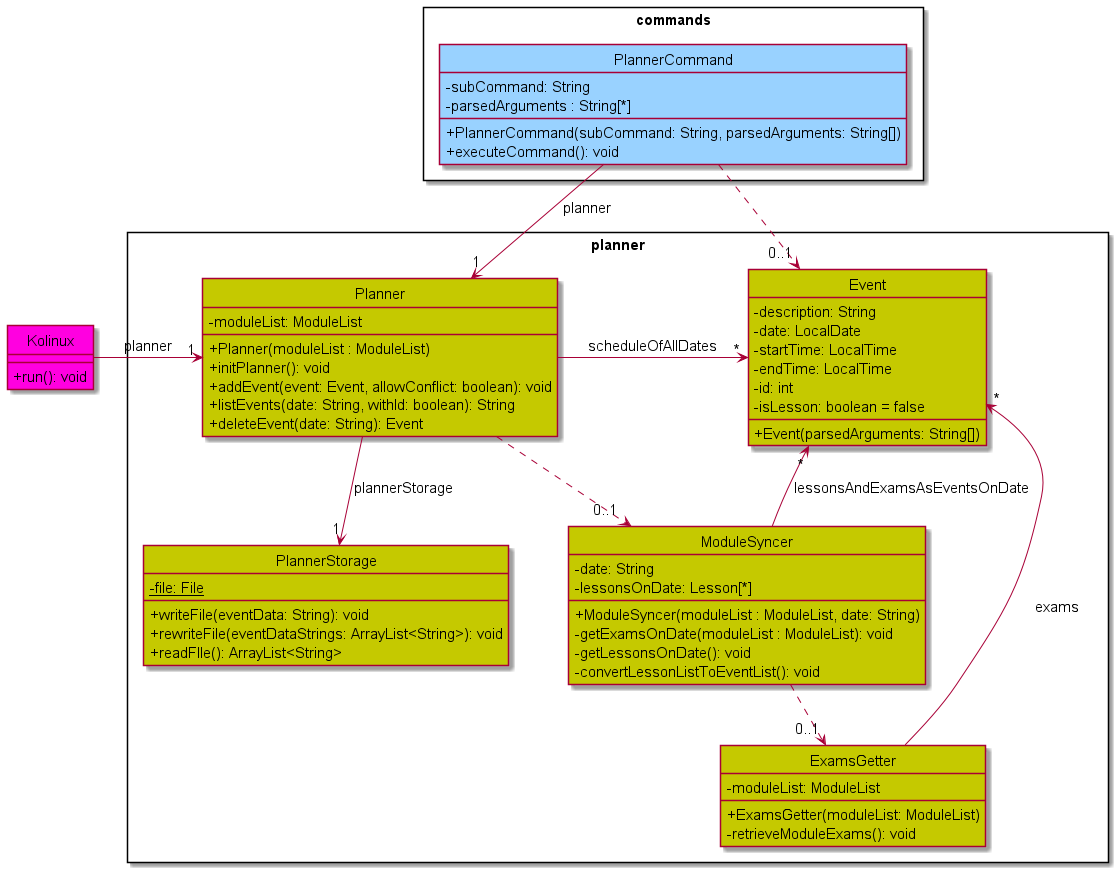
Above: docs/assets/images/PlannerClassDiagram.png in shyamgj1900/tp (PlantUML), before the change.
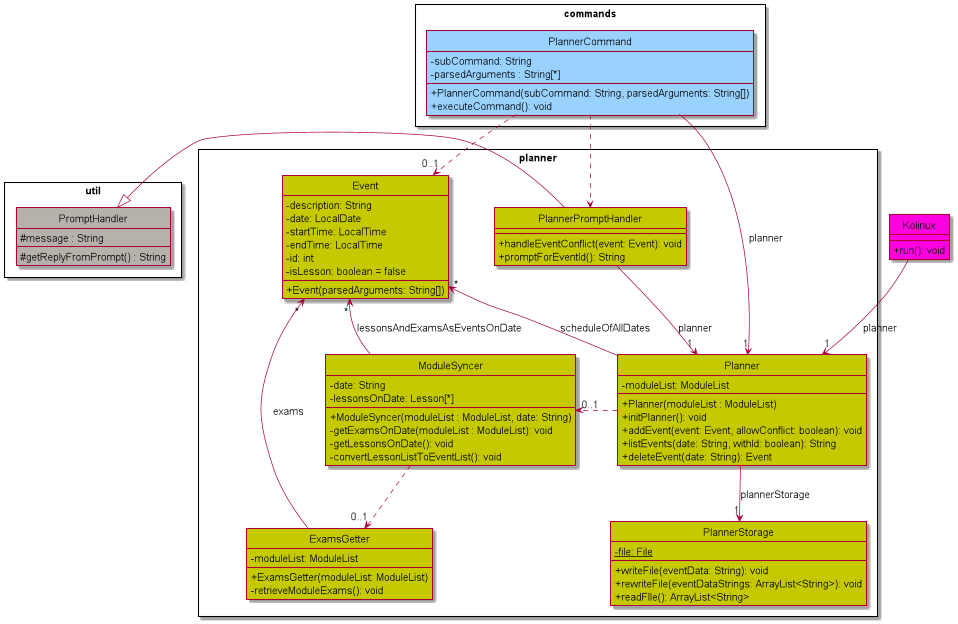
The same file after the commit.

Commit message:
Various diagram and DG updates according to design revamp

The edit, as a diff of the source:
```diff
@@ -10,10 +10,25 @@
     class PlannerStorage
     class ModuleSyncer
     class ExamsGetter
+    class PlannerPromptHandler
 }
 
 package commands <<Rectangle>> {
     class PlannerCommand
+}
+
+package util <<Rectangle>> {
+    class PromptHandler
+}
+
+class PromptHandler UTIL_COLOR {
+    # message : String
+    # getReplyFromPrompt() : String
+}
+
+class PlannerPromptHandler PLANNER_COLOR {
+    + handleEventConflict(event: Event): void
+    + promptForEventId(): String
 }
 
 class PlannerCommand COMMANDS_COLOR {
@@ -68,8 +83,11 @@
     - retrieveModuleExams(): void
 }
 
+PlannerPromptHandler -left-|> PromptHandler
+PlannerPromptHandler -down-> "1" Planner : planner
+PlannerCommand ..> PlannerPromptHandler
 PlannerCommand --> "1" Planner : planner
-Kolinux -> "1" Planner : planner
+Kolinux --> "1" Planner : planner
 Planner --> "1" PlannerStorage : plannerStorage
 Planner .> "0..1" ModuleSyncer
 ModuleSyncer ..> "0..1" ExamsGetter
```
